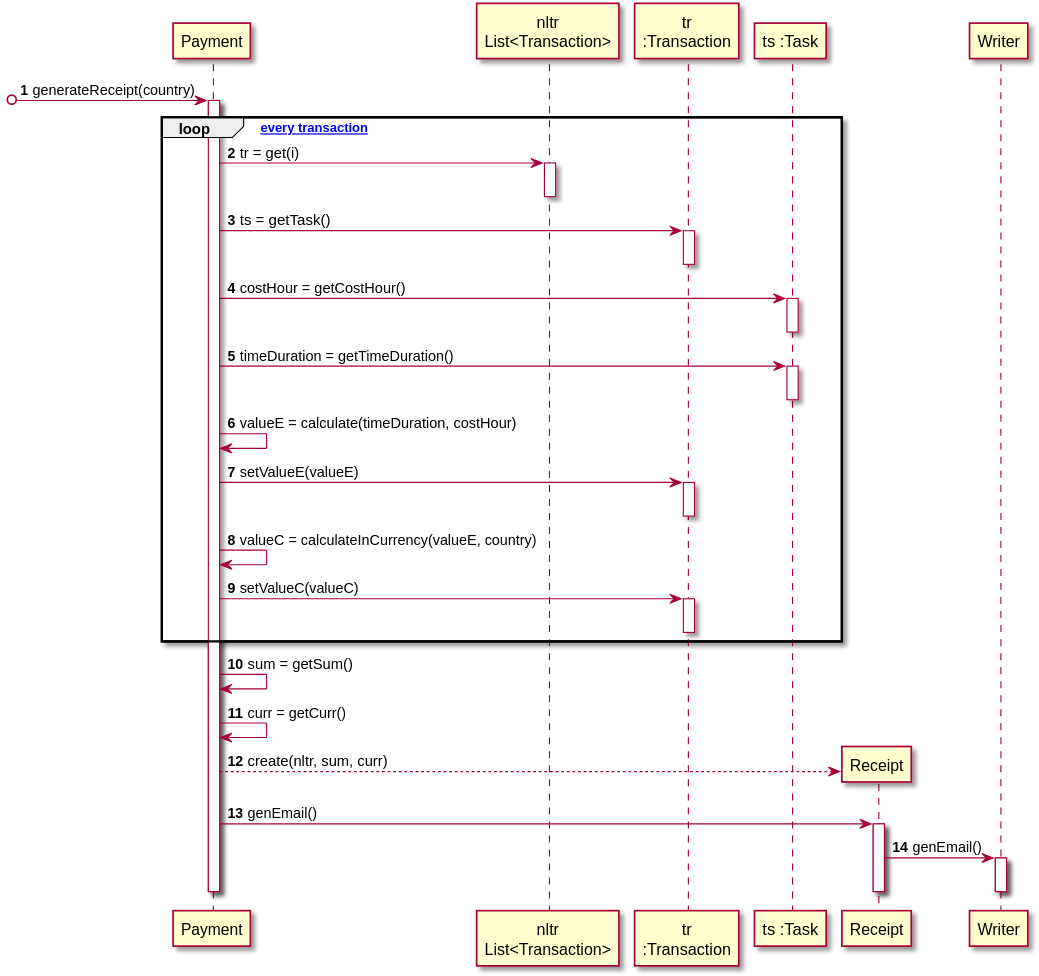
1190452/LAPR2 keeps this PlantUML diagram as docs/UC7 - Do Payment Automatically/UC7_SD_GenerateReceipt.svg. Above is the earlier version.
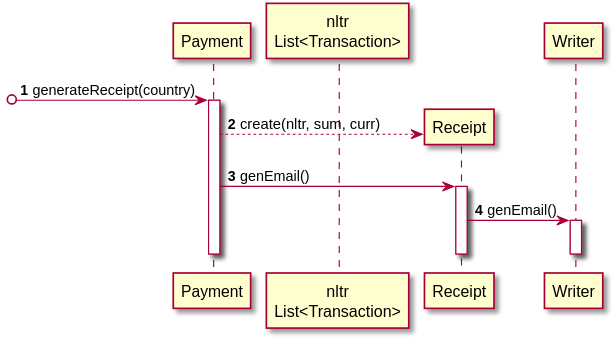
Later version of the same file.

Diff of the diagram source:
```diff
@@ -4,48 +4,12 @@
 participant "Payment" as PA
 
 participant "nltr\nList<Transaction>" as NLTR
-participant "tr\n:Transaction" as T
-participant "ts :Task" as TA
 participant "Receipt" as R
 participant "Writer" as W
 
-
 [o-> PA : generateReceipt(country)
 activate PA
-loop [for every transaction]
 
-PA -> NLTR : tr = get(i)
-activate NLTR
-deactivate NLTR
-
-PA -> T : ts = getTask()
-activate T
-deactivate T
-
-PA -> TA : costHour = getCostHour()
-activate TA
-deactivate TA
-
-PA -> TA : timeDuration = getTimeDuration()
-activate TA
-deactivate TA
-
-PA -> PA : valueE = calculate(timeDuration, costHour)
-
-PA -> T : setValueE(valueE)
-activate T
-deactivate T
-
-PA -> PA : valueC = calculateInCurrency(valueE, country)
-
-PA -> T : setValueC(valueC)
-activate T
-deactivate T
-
-end loop
-
-PA -> PA : sum = getSum()
-PA -> PA : curr = getCurr()
 
 PA --> R** : create(nltr, sum, curr)
 
```
